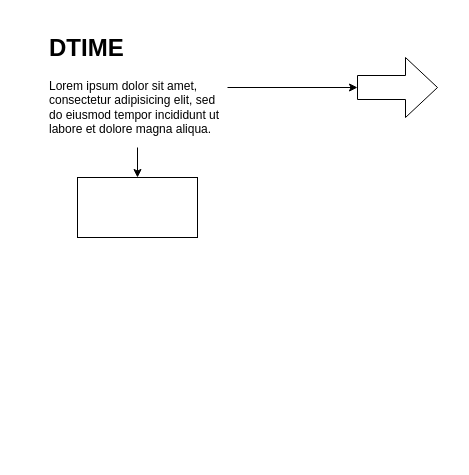
Above: Диаграмма без названия.drawio in rokosowski/draw (draw.io), before the change. Source tidied: cells renumbered, new cells numbered last; positions are measured from the earlier drawing's top-left corner, leaving out a move shared by most shapes. Both pictures are drawn from the tidied source at 100%, with x=0, y=0 at pixel (47, 27).
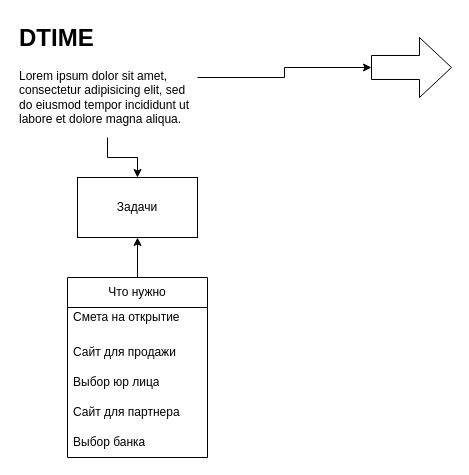
The same diagram, later.

Change to the diagram source:
```diff
@@
 <mxGraphModel>
   <root>
     <mxCell id="0" />
     <mxCell id="1" parent="0" />
     <mxCell id="2" style="edgeStyle=orthogonalEdgeStyle;rounded=0;jettySize=auto;html=1;" parent="1" edge="1" source="4" target="5">
       <mxGeometry relative="1" as="geometry" />
     </mxCell>
     <mxCell id="3" style="edgeStyle=orthogonalEdgeStyle;rounded=0;jettySize=auto;html=1;" parent="1" edge="1" source="4" target="6">
       <mxGeometry relative="1" as="geometry" />
     </mxCell>
     <mxCell id="4" value="&lt;h1 style=&quot;margin-top: 0px;&quot;&gt;DTIME&lt;/h1&gt;&lt;p&gt;Lorem ipsum dolor sit amet, consectetur adipisicing elit, sed do eiusmod tempor incididunt ut labore et dolore magna aliqua.&lt;/p&gt;" style="text;html=1;whiteSpace=wrap;overflow=hidden;rounded=0;" parent="1" vertex="1">
-      <mxGeometry width="180" height="120" as="geometry" />
+      <mxGeometry x="-30" y="-10" width="180" height="120" as="geometry" />
     </mxCell>
     <mxCell id="5" style="shape=singleArrow;whiteSpace=wrap;html=1;arrowWidth=0.4;arrowSize=0.4;" parent="1" vertex="1">
-      <mxGeometry x="310" y="30" width="80" height="60" as="geometry" />
+      <mxGeometry x="324" y="10" width="80" height="60" as="geometry" />
     </mxCell>
-    <mxCell id="6" style="whiteSpace=wrap;html=1;" parent="1" vertex="1">
+    <mxCell id="6" value="Задачи" style="whiteSpace=wrap;html=1;" parent="1" vertex="1">
       <mxGeometry x="30" y="150" width="120" height="60" as="geometry" />
     </mxCell>
+    <mxCell id="7" style="edgeStyle=orthogonalEdgeStyle;rounded=0;jettySize=auto;html=1;" parent="1" edge="1" source="8" target="6">
+      <mxGeometry relative="1" as="geometry" />
+    </mxCell>
+    <mxCell id="8" value="Что нужно" style="swimlane;fontStyle=0;horizontal=1;startSize=30;whiteSpace=wrap;html=1;" parent="1" vertex="1">
+      <mxGeometry x="20" y="250" width="140" height="180" as="geometry" />
+    </mxCell>
+    <mxCell id="9" value="Смета на открытие&lt;div&gt;&lt;div&gt;&lt;div&gt;&lt;span style=&quot;white-space: pre;&quot;&gt;&#9;&lt;/span&gt;&lt;br&gt;&lt;/div&gt;&lt;/div&gt;&lt;/div&gt;" style="text;strokeColor=none;fillColor=none;align=left;verticalAlign=middle;spacingLeft=4;spacingRight=4;overflow=hidden;whiteSpace=wrap;html=1;" parent="8" vertex="1">
+      <mxGeometry y="30" width="140" height="30" as="geometry" />
+    </mxCell>
+    <mxCell id="10" value="Сайт для продажи" style="text;strokeColor=none;fillColor=none;align=left;verticalAlign=middle;spacingLeft=4;spacingRight=4;overflow=hidden;whiteSpace=wrap;html=1;" parent="8" vertex="1">
+      <mxGeometry y="60" width="140" height="30" as="geometry" />
+    </mxCell>
+    <mxCell id="11" value="Выбор юр лица" style="text;strokeColor=none;fillColor=none;align=left;verticalAlign=middle;spacingLeft=4;spacingRight=4;overflow=hidden;whiteSpace=wrap;html=1;" parent="8" vertex="1">
+      <mxGeometry y="90" width="140" height="30" as="geometry" />
+    </mxCell>
+    <mxCell id="12" value="Сайт для партнера" style="text;strokeColor=none;fillColor=none;align=left;verticalAlign=middle;spacingLeft=4;spacingRight=4;overflow=hidden;whiteSpace=wrap;html=1;" parent="8" vertex="1">
+      <mxGeometry y="120" width="140" height="30" as="geometry" />
+    </mxCell>
+    <mxCell id="13" value="Выбор банка" style="text;strokeColor=none;fillColor=none;align=left;verticalAlign=middle;spacingLeft=4;spacingRight=4;overflow=hidden;whiteSpace=wrap;html=1;" parent="8" vertex="1">
+      <mxGeometry y="150" width="140" height="30" as="geometry" />
+    </mxCell>
   </root>
 </mxGraphModel>
```
